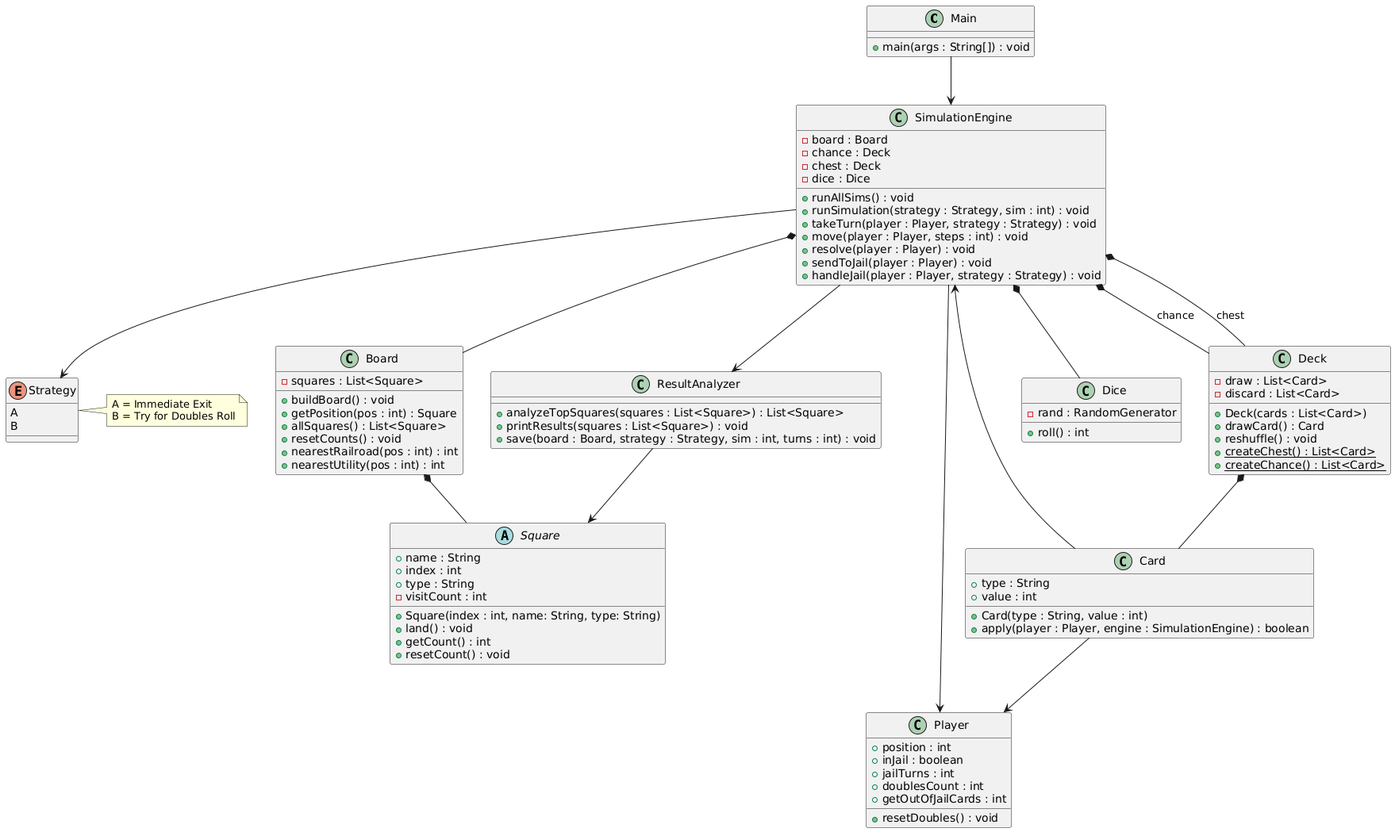
This is docs/MonopolyUML.png from keanu-cruz/CS2430_Programming_Project_4, a PlantUML export, as it was before one commit.
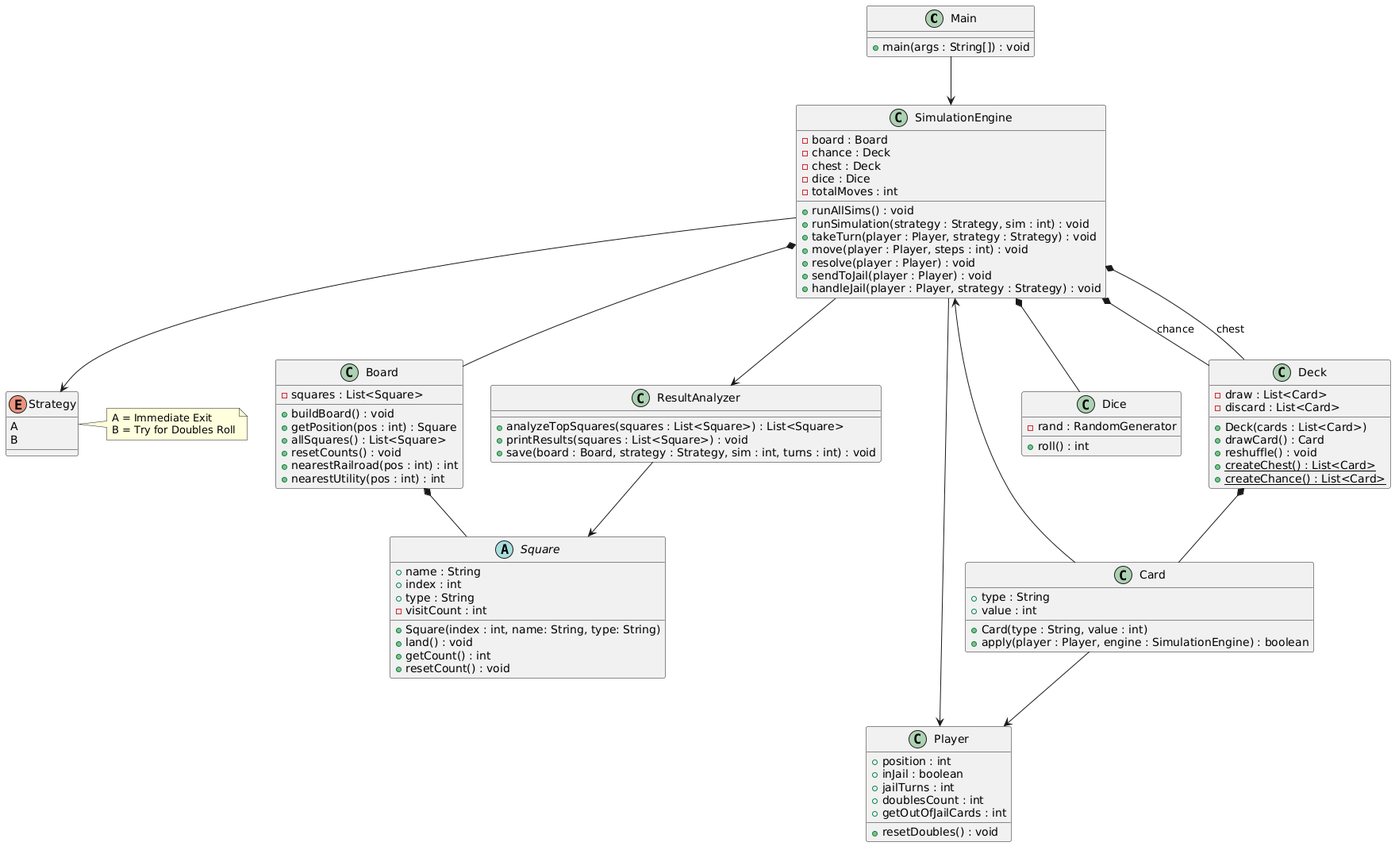
Later version of the same file.

Commit message:
add totalMoves to SimEngine

The edit, as a diff of the source:
```diff
@@ -8,6 +8,7 @@
     - chance : Deck
     - chest : Deck
     - dice : Dice
+    - totalMoves : int
     + runAllSims() : void
     + runSimulation(strategy : Strategy, sim : int) : void
     + takeTurn(player : Player, strategy : Strategy) : void
```
